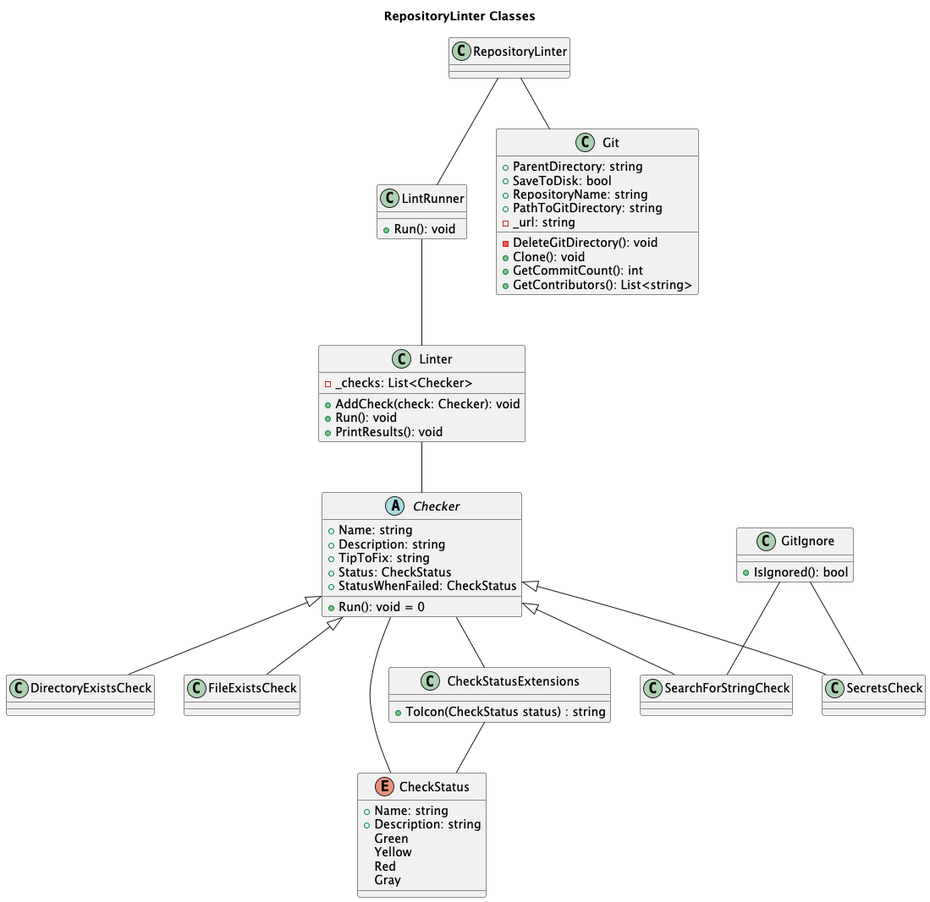
The PlantUML diagram RepositoryLinter/Docs/RepositoryLinter_Classes.png in EmilZackrisson/RepositoryLinter, before a commit.
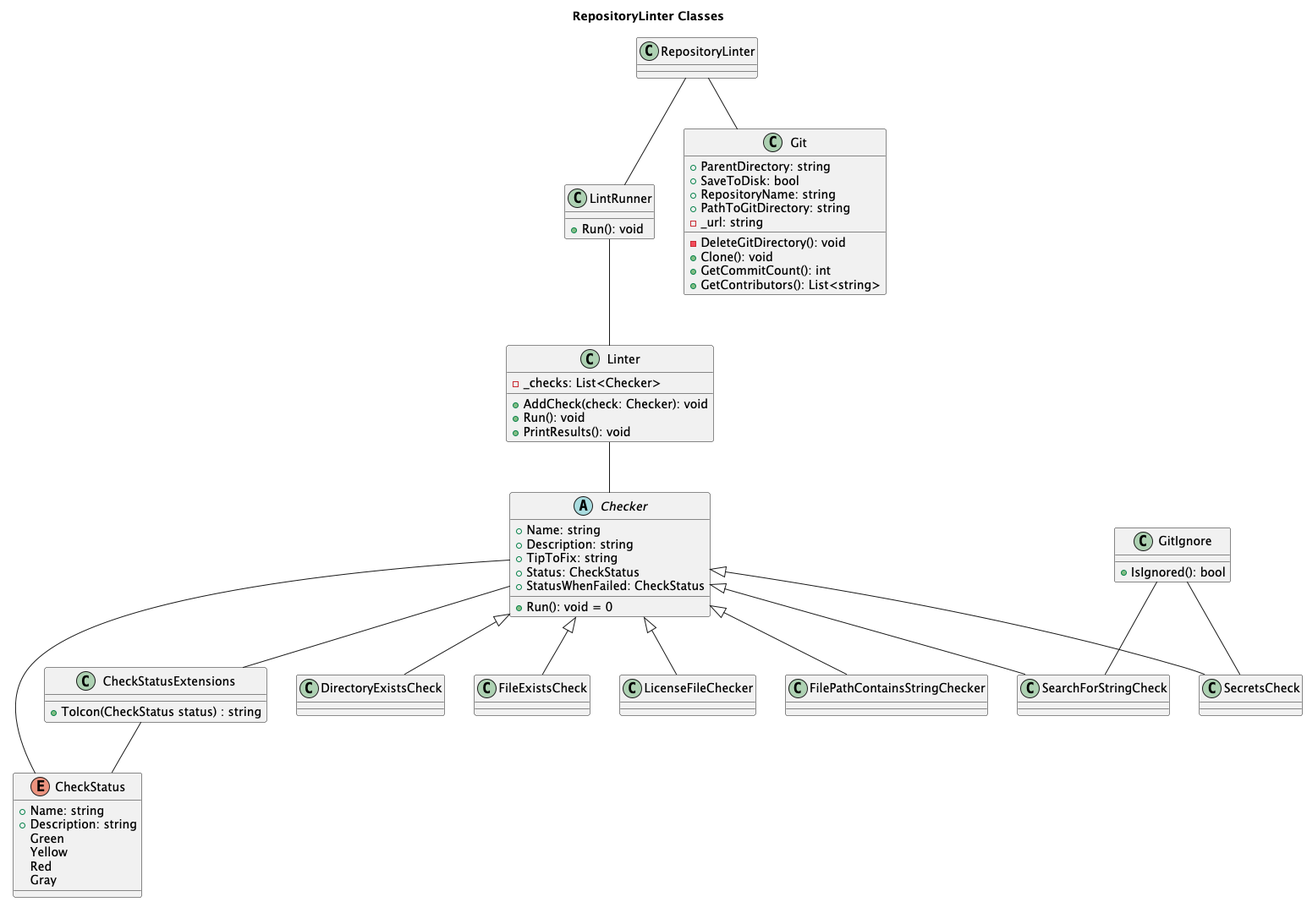
The same file after the commit.

Commit message:
Updated Class Diagram

The edit, as a diff of the source:
```diff
@@ -1,4 +1,4 @@
-@startuml RepositoryLinter/UML/classes
+@startuml Class Diagram
 title RepositoryLinter Classes
 
 class RepositoryLinter
@@ -61,6 +61,8 @@
 Checker <|-- FileExistsCheck
 Checker <|-- SearchForStringCheck
 Checker <|-- SecretsCheck
+Checker <|-- LicenseFileChecker
+Checker <|-- FilePathContainsStringChecker
 
 GitIgnore -- SecretsCheck
 GitIgnore -- SearchForStringCheck
```
